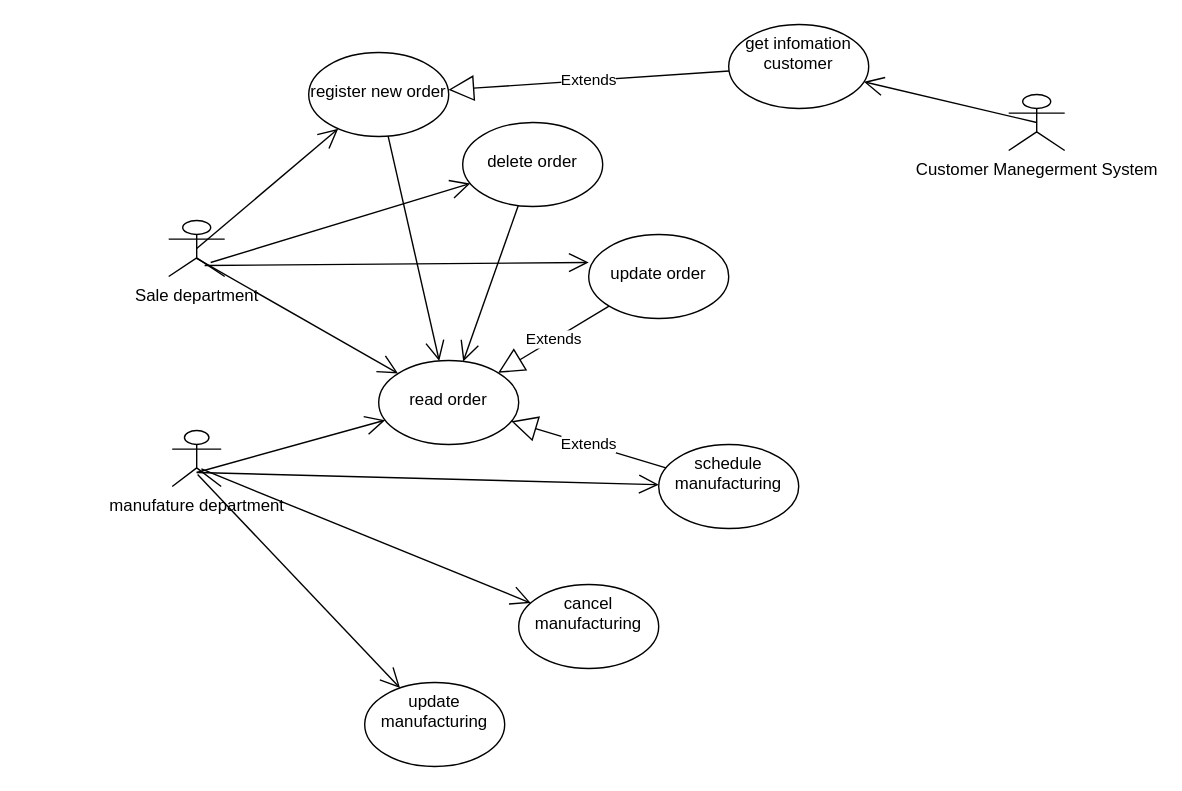
Before: sale.drawio in tuongkhang1701/Diagram, a draw.io diagram. Source tidied: cells renumbered, new cells numbered last; positions are measured from the earlier drawing's top-left corner, leaving out a move shared by most shapes. Both pictures are drawn from the tidied source at 140%, with x=0, y=0 at pixel (168, 24).
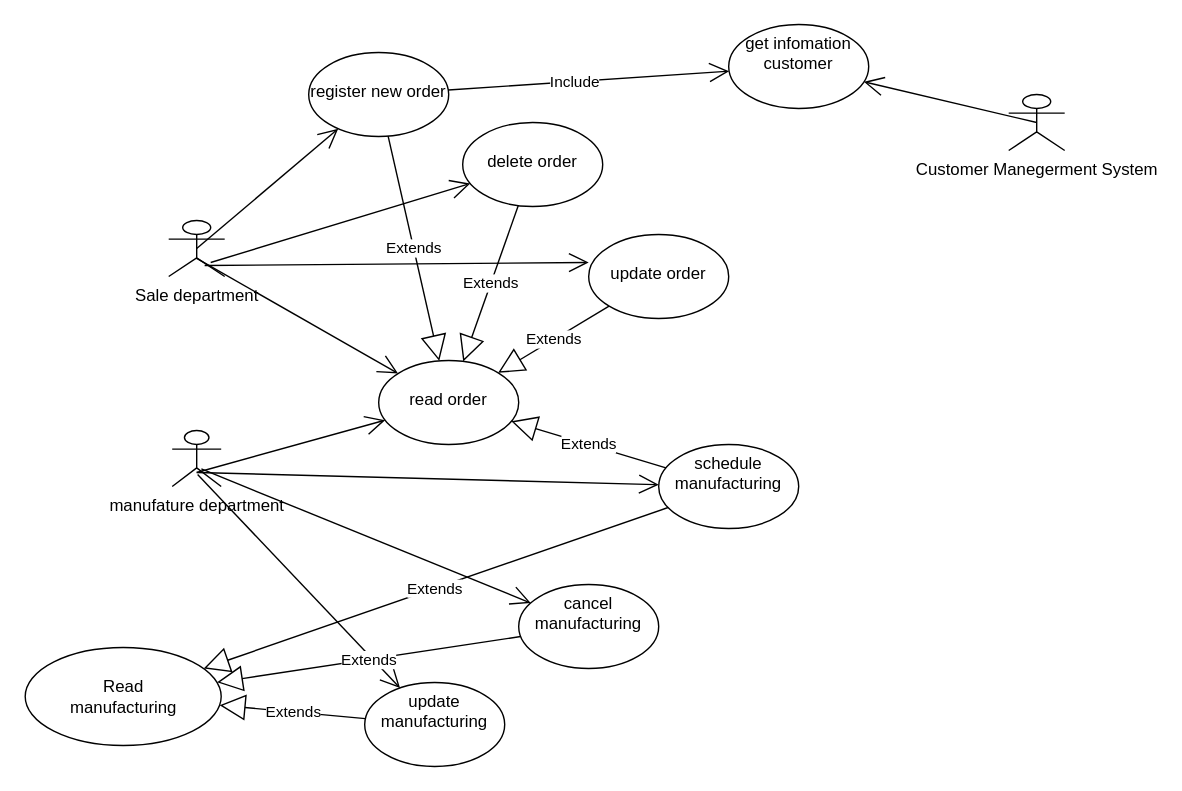
Above is the later version.

The change refers to these unchanged cells:
```xml
<mxCell id="3" value="&lt;br&gt;register new order" style="ellipse;whiteSpace=wrap;html=1;verticalAlign=top;" parent="1" vertex="1">
  <mxGeometry x="100" y="20" width="100" height="60" as="geometry" />
</mxCell>
<mxCell id="7" value="&lt;br&gt;delete order" style="ellipse;whiteSpace=wrap;html=1;verticalAlign=top;" parent="1" vertex="1">
  <mxGeometry x="210" y="70" width="100" height="60" as="geometry" />
</mxCell>
<mxCell id="8" value="&lt;br&gt;read order" style="ellipse;whiteSpace=wrap;html=1;verticalAlign=top;" parent="1" vertex="1">
  <mxGeometry x="150" y="240" width="100" height="60" as="geometry" />
</mxCell>
<mxCell id="13" value="schedule manufacturing" style="ellipse;whiteSpace=wrap;html=1;verticalAlign=top;" parent="1" vertex="1">
  <mxGeometry x="350" y="300" width="100" height="60" as="geometry" />
</mxCell>
<mxCell id="15" value="get infomation customer" style="ellipse;whiteSpace=wrap;html=1;verticalAlign=top;" parent="1" vertex="1">
  <mxGeometry x="400" width="100" height="60" as="geometry" />
</mxCell>
<mxCell id="19" value="cancel manufacturing" style="ellipse;whiteSpace=wrap;html=1;verticalAlign=top;" parent="1" vertex="1">
  <mxGeometry x="250" y="400" width="100" height="60" as="geometry" />
</mxCell>
<mxCell id="21" value="update manufacturing" style="ellipse;whiteSpace=wrap;html=1;verticalAlign=top;" parent="1" vertex="1">
  <mxGeometry x="140" y="470" width="100" height="60" as="geometry" />
</mxCell>
```

Diff of the diagram source:
```diff
@@
-    <mxCell id="16" value="Extends" style="endArrow=block;endSize=16;endFill=0;html=1;" parent="1" edge="1" source="15" target="3">
-      <mxGeometry relative="1" as="geometry" />
-    </mxCell>
@@
+    <mxCell id="26" value="Extends" style="endArrow=block;endSize=16;endFill=0;html=1;" parent="1" edge="1" source="13" target="8">
+      <mxGeometry relative="1" as="geometry" />
+    </mxCell>
-    <mxCell id="24" style="endArrow=open;endFill=1;endSize=12;html=1;" parent="1" edge="1" source="3" target="8">
+    <mxCell id="24" value="Extends" style="endArrow=block;endSize=16;endFill=0;html=1;" parent="1" edge="1" source="3" target="8">
       <mxGeometry relative="1" as="geometry" />
     </mxCell>
-    <mxCell id="25" style="endArrow=open;endFill=1;endSize=12;html=1;" parent="1" edge="1" source="7" target="8">
+    <mxCell id="25" value="Extends" style="endArrow=block;endSize=16;endFill=0;html=1;" parent="1" edge="1" source="7" target="8">
       <mxGeometry relative="1" as="geometry" />
     </mxCell>
-    <mxCell id="26" value="Extends" style="endArrow=block;endSize=16;endFill=0;html=1;" parent="1" edge="1" source="13" target="8">
-      <mxGeometry relative="1" as="geometry" />
-    </mxCell>
+    <mxCell id="27" value="Extends" style="endArrow=block;endSize=16;endFill=0;html=1;" parent="1" edge="1" source="21" target="28">
+      <mxGeometry relative="1" as="geometry" />
+    </mxCell>
+    <mxCell id="28" value="Read&lt;br&gt;manufacturing" style="ellipse;whiteSpace=wrap;html=1;" parent="1" vertex="1">
+      <mxGeometry x="-102.5" y="445" width="140" height="70" as="geometry" />
+    </mxCell>
+    <mxCell id="29" value="Extends" style="endArrow=block;endSize=16;endFill=0;html=1;" parent="1" edge="1" source="19" target="28">
+      <mxGeometry relative="1" as="geometry" />
+    </mxCell>
+    <mxCell id="30" value="Extends" style="endArrow=block;endSize=16;endFill=0;html=1;" parent="1" edge="1" source="13" target="28">
+      <mxGeometry relative="1" as="geometry" />
+    </mxCell>
+    <mxCell id="31" style="endArrow=open;endFill=1;endSize=12;html=1;" parent="1" edge="1" source="3" target="15">
+      <mxGeometry relative="1" as="geometry" />
+    </mxCell>
+    <mxCell id="32" value="Include" style="edgeLabel;html=1;align=center;verticalAlign=middle;" parent="31" vertex="1">
+      <mxGeometry x="-0.13" y="-4" relative="1" as="geometry">
+        <mxPoint x="2.7" y="-4.9" as="offset" />
+      </mxGeometry>
+    </mxCell>
```
